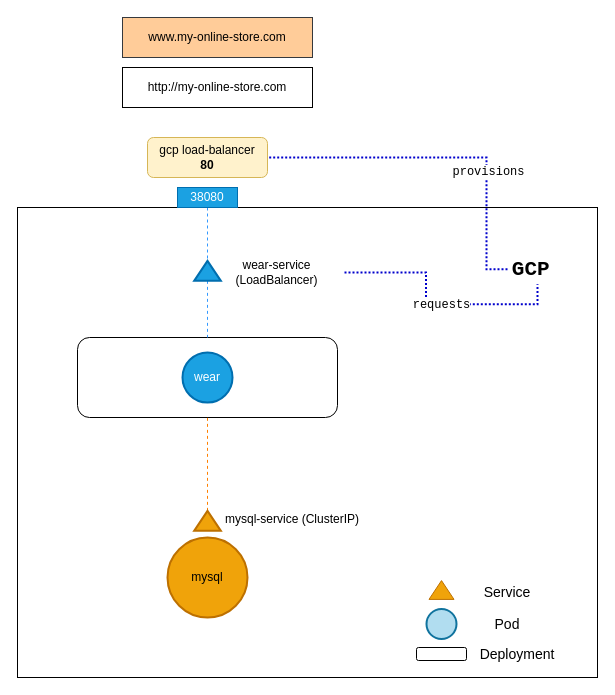
Before: page "GCP ingress" (7 of 7) of assets/networking.drawio in aditya109/journey-CKA, a draw.io diagram. Source tidied: cells renumbered, new cells numbered last; positions are measured from the earlier drawing's top-left corner, leaving out a move shared by most shapes. Both pictures are drawn from the tidied source at 100%, with x=0, y=0 at pixel (17, 17).
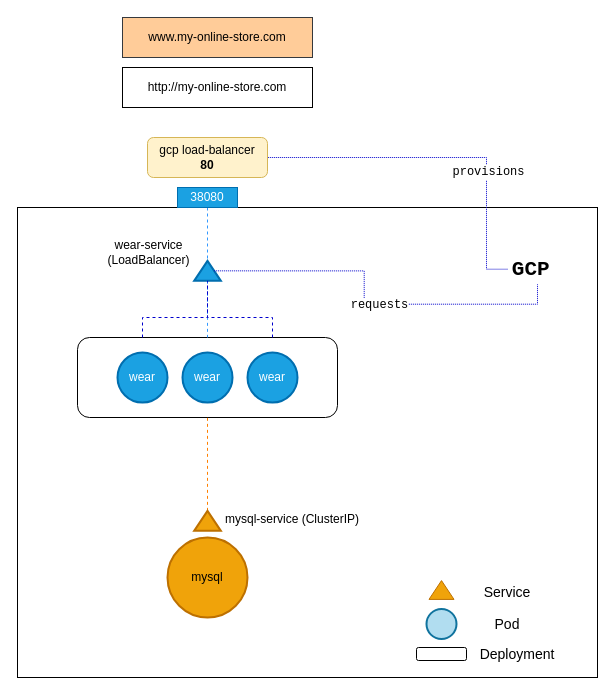
The same page after the edit.

Unchanged cells that the change refers to:
```xml
<mxCell id="13" style="triangle;whiteSpace=wrap;html=1;strokeWidth=2;rotation=-90;fillColor=#1ba1e2;strokeColor=#006EAF;fontColor=#ffffff;" parent="1" vertex="1">
  <mxGeometry x="180" y="240" width="20" height="26.7" as="geometry" />
</mxCell>
<mxCell id="27" value="&lt;b&gt;&lt;font face=&quot;Courier New&quot; style=&quot;font-size: 21px&quot;&gt;GCP&amp;nbsp;&lt;/font&gt;&lt;/b&gt;" style="text;html=1;strokeColor=none;fillColor=none;align=center;verticalAlign=middle;whiteSpace=wrap;rounded=0;" parent="1" vertex="1">
  <mxGeometry x="490" y="236.7" width="60" height="30" as="geometry" />
</mxCell>
```

What changed in the source:
```diff
@@
-    <mxCell id="14" style="edgeStyle=orthogonalEdgeStyle;rounded=0;jettySize=auto;html=1;entryX=0.5;entryY=1;entryDx=0;entryDy=0;dashed=1;fontFamily=Courier New;fontSize=21;strokeColor=#0000CC;strokeWidth=2;fillColor=#3399FF;endArrow=none;endFill=0;dashPattern=1 1;" parent="1" edge="1" source="16" target="27">
+    <mxCell id="14" style="edgeStyle=orthogonalEdgeStyle;rounded=0;jettySize=auto;html=1;entryX=0.5;entryY=1;entryDx=0;entryDy=0;dashed=1;fontFamily=Courier New;fontSize=21;strokeColor=#0000CC;strokeWidth=1;fillColor=#3399FF;endArrow=none;endFill=0;exitX=0.5;exitY=1;exitDx=0;exitDy=0;dashPattern=1 1;" parent="1" edge="1" source="13" target="27">
       <mxGeometry relative="1" as="geometry" />
     </mxCell>
@@
-    <mxCell id="16" value="wear-service (LoadBalancer)" style="text;html=1;strokeColor=none;fillColor=none;align=center;verticalAlign=middle;whiteSpace=wrap;rounded=0;" parent="1" vertex="1">
-      <mxGeometry x="192" y="240" width="135" height="30" as="geometry" />
-    </mxCell>
@@
-    <mxCell id="25" style="edgeStyle=orthogonalEdgeStyle;rounded=0;jettySize=auto;html=1;dashed=1;fontFamily=Courier New;fontSize=21;strokeColor=#0000CC;strokeWidth=2;fillColor=#3399FF;endArrow=none;endFill=0;dashPattern=1 1;" parent="1" edge="1" source="27">
+    <mxCell id="25" style="edgeStyle=orthogonalEdgeStyle;rounded=0;jettySize=auto;html=1;dashed=1;fontFamily=Courier New;fontSize=21;strokeColor=#0000CC;strokeWidth=1;fillColor=#3399FF;endArrow=none;endFill=0;dashPattern=1 1;" parent="1" edge="1" source="27">
       <mxGeometry relative="1" as="geometry">
         <mxPoint x="250" y="140" as="targetPoint" />
         <Array as="points">
           <mxPoint x="469" y="252" />
           <mxPoint x="469" y="140" />
           <mxPoint x="250" y="140" />
         </Array>
       </mxGeometry>
     </mxCell>
@@
+    <mxCell id="28" style="edgeStyle=orthogonalEdgeStyle;rounded=0;orthogonalLoop=1;jettySize=auto;html=1;dashed=1;fontFamily=Courier New;fontSize=12;endArrow=none;endFill=0;strokeColor=#0000CC;strokeWidth=1;fillColor=#3399FF;" parent="1" edge="1">
+      <mxGeometry relative="1" as="geometry">
+        <mxPoint x="255" y="320" as="sourcePoint" />
+        <mxPoint x="190" y="270" as="targetPoint" />
+        <Array as="points">
+          <mxPoint x="255" y="300" />
+          <mxPoint x="190" y="300" />
+        </Array>
+      </mxGeometry>
+    </mxCell>
+    <mxCell id="29" value="wear" style="ellipse;whiteSpace=wrap;html=1;fillColor=#1ba1e2;strokeColor=#006EAF;strokeWidth=2;fontColor=#ffffff;" parent="1" vertex="1">
+      <mxGeometry x="230" y="335" width="50" height="50" as="geometry" />
+    </mxCell>
+    <mxCell id="30" style="edgeStyle=orthogonalEdgeStyle;rounded=0;jettySize=auto;html=1;entryX=0;entryY=0.5;entryDx=0;entryDy=0;dashed=1;fontFamily=Courier New;fontSize=12;endArrow=none;endFill=0;strokeColor=#0000CC;strokeWidth=1;fillColor=#3399FF;" parent="1" edge="1" target="13">
+      <mxGeometry relative="1" as="geometry">
+        <mxPoint x="125" y="320" as="sourcePoint" />
+        <Array as="points">
+          <mxPoint x="125" y="300" />
+          <mxPoint x="190" y="300" />
+        </Array>
+      </mxGeometry>
+    </mxCell>
+    <mxCell id="31" value="wear" style="ellipse;whiteSpace=wrap;html=1;fillColor=#1ba1e2;strokeColor=#006EAF;strokeWidth=2;fontColor=#ffffff;" parent="1" vertex="1">
+      <mxGeometry x="100" y="335" width="50" height="50" as="geometry" />
+    </mxCell>
+    <mxCell id="16" value="wear-service (LoadBalancer)" style="text;html=1;strokeColor=none;fillColor=none;align=center;verticalAlign=middle;whiteSpace=wrap;rounded=0;" parent="1" vertex="1">
+      <mxGeometry x="83" y="220" width="97" height="30" as="geometry" />
+    </mxCell>
```
